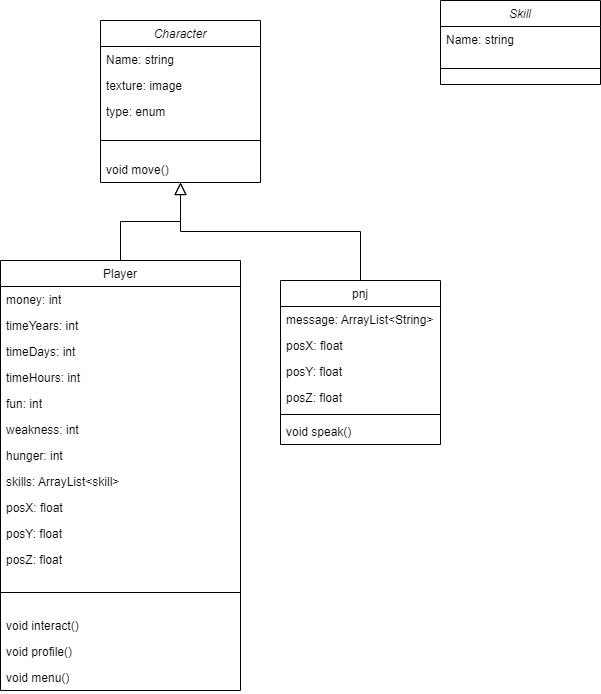
Before: graph/Character.png, a diagram exported from draw.io (DoctorPok42/Java_RPG). Source tidied: cells renumbered, new cells last; positions are measured from the earlier drawing's top-left corner, leaving out a move shared by most shapes.
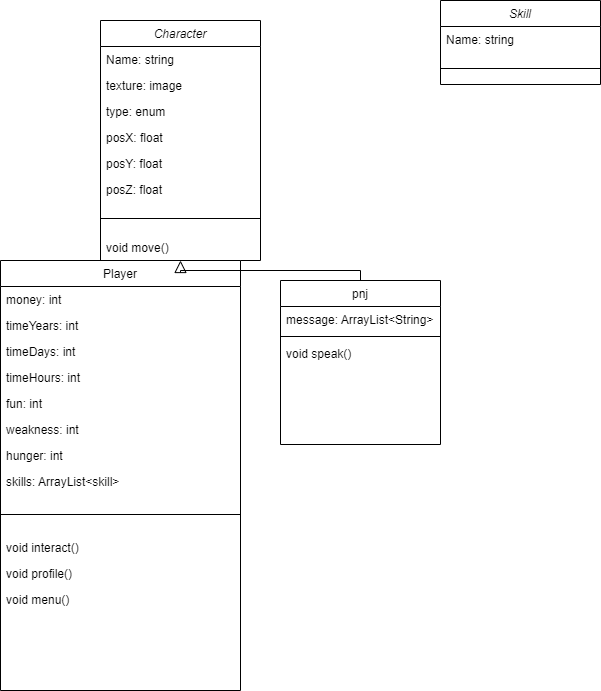
Later version of the same file.

Diff of the diagram source:
```diff
@@ -3,7 +3,7 @@
     <mxCell id="0" />
     <mxCell id="1" parent="0" />
     <mxCell id="2" value="Character" style="swimlane;fontStyle=2;align=center;verticalAlign=top;horizontal=1;startSize=26;rounded=0;shadow=0;strokeWidth=1;" parent="1" vertex="1">
-      <mxGeometry x="100" y="20" width="160" height="162" as="geometry" />
+      <mxGeometry x="100" y="20" width="160" height="240" as="geometry" />
     </mxCell>
     <mxCell id="3" value="Name: string" style="text;align=left;verticalAlign=top;spacingLeft=4;spacingRight=4;overflow=hidden;" parent="2" vertex="1">
       <mxGeometry y="26" width="160" height="26" as="geometry" />
@@ -14,11 +14,20 @@
     <mxCell id="5" value="type: enum" style="text;align=left;verticalAlign=top;spacingLeft=4;spacingRight=4;overflow=hidden;rounded=0;shadow=0;html=0;" parent="2" vertex="1">
       <mxGeometry y="78" width="160" height="26" as="geometry" />
     </mxCell>
+    <mxCell id="27" value="posX: float" style="text;align=left;verticalAlign=top;spacingLeft=4;spacingRight=4;overflow=hidden;" parent="2" vertex="1">
+      <mxGeometry y="104" width="160" height="26" as="geometry" />
+    </mxCell>
+    <mxCell id="28" value="posY: float" style="text;align=left;verticalAlign=top;spacingLeft=4;spacingRight=4;overflow=hidden;" parent="2" vertex="1">
+      <mxGeometry y="130" width="160" height="26" as="geometry" />
+    </mxCell>
+    <mxCell id="29" value="posZ: float" style="text;align=left;verticalAlign=top;spacingLeft=4;spacingRight=4;overflow=hidden;" parent="2" vertex="1">
+      <mxGeometry y="156" width="160" height="26" as="geometry" />
+    </mxCell>
     <mxCell id="6" style="line;html=1;strokeWidth=1;align=left;verticalAlign=middle;spacingTop=-1;spacingLeft=3;spacingRight=3;labelPosition=right;" parent="2" vertex="1">
-      <mxGeometry y="104" width="160" height="32" as="geometry" />
+      <mxGeometry y="182" width="160" height="32" as="geometry" />
     </mxCell>
     <mxCell id="7" value="void move()" style="text;align=left;verticalAlign=top;spacingLeft=4;spacingRight=4;overflow=hidden;" parent="2" vertex="1">
-      <mxGeometry y="136" width="160" height="26" as="geometry" />
+      <mxGeometry y="214" width="160" height="26" as="geometry" />
     </mxCell>
     <mxCell id="8" value="Player" style="swimlane;fontStyle=0;align=center;verticalAlign=top;horizontal=1;startSize=26;rounded=0;shadow=0;strokeWidth=1;" parent="1" vertex="1">
       <mxGeometry y="260" width="240" height="430" as="geometry" />
@@ -47,26 +56,17 @@
     <mxCell id="16" value="skills: ArrayList&lt;skill&gt;" style="text;align=left;verticalAlign=top;spacingLeft=4;spacingRight=4;overflow=hidden;" parent="8" vertex="1">
       <mxGeometry y="208" width="240" height="26" as="geometry" />
     </mxCell>
-    <mxCell id="17" value="posX: float" style="text;align=left;verticalAlign=top;spacingLeft=4;spacingRight=4;overflow=hidden;" parent="8" vertex="1">
-      <mxGeometry y="234" width="240" height="26" as="geometry" />
-    </mxCell>
-    <mxCell id="18" value="posY: float" style="text;align=left;verticalAlign=top;spacingLeft=4;spacingRight=4;overflow=hidden;" parent="8" vertex="1">
-      <mxGeometry y="260" width="240" height="26" as="geometry" />
-    </mxCell>
-    <mxCell id="19" value="posZ: float" style="text;align=left;verticalAlign=top;spacingLeft=4;spacingRight=4;overflow=hidden;" parent="8" vertex="1">
-      <mxGeometry y="286" width="240" height="26" as="geometry" />
-    </mxCell>
     <mxCell id="20" style="line;html=1;strokeWidth=1;align=left;verticalAlign=middle;spacingTop=-1;spacingLeft=3;spacingRight=3;labelPosition=right;" parent="8" vertex="1">
-      <mxGeometry y="312" width="240" height="40" as="geometry" />
+      <mxGeometry y="234" width="240" height="40" as="geometry" />
     </mxCell>
     <mxCell id="21" value="void interact()" style="text;align=left;verticalAlign=top;spacingLeft=4;spacingRight=4;overflow=hidden;" parent="8" vertex="1">
-      <mxGeometry y="352" width="240" height="26" as="geometry" />
+      <mxGeometry y="274" width="240" height="26" as="geometry" />
     </mxCell>
     <mxCell id="22" value="void profile()" style="text;align=left;verticalAlign=top;spacingLeft=4;spacingRight=4;overflow=hidden;" parent="8" vertex="1">
-      <mxGeometry y="378" width="240" height="26" as="geometry" />
+      <mxGeometry y="300" width="240" height="26" as="geometry" />
     </mxCell>
     <mxCell id="23" value="void menu()" style="text;align=left;verticalAlign=top;spacingLeft=4;spacingRight=4;overflow=hidden;" parent="8" vertex="1">
-      <mxGeometry y="404" width="240" height="26" as="geometry" />
+      <mxGeometry y="326" width="240" height="26" as="geometry" />
     </mxCell>
     <mxCell id="24" style="endArrow=block;endSize=10;endFill=0;shadow=0;strokeWidth=1;rounded=0;curved=0;edgeStyle=elbowEdgeStyle;elbow=vertical;" parent="1" edge="1" source="8" target="2">
       <mxGeometry relative="1" as="geometry" />
@@ -77,20 +77,11 @@
     <mxCell id="26" value="message: ArrayList&lt;String&gt;" style="text;align=left;verticalAlign=top;spacingLeft=4;spacingRight=4;overflow=hidden;" parent="25" vertex="1">
       <mxGeometry y="26" width="160" height="26" as="geometry" />
     </mxCell>
-    <mxCell id="27" value="posX: float" style="text;align=left;verticalAlign=top;spacingLeft=4;spacingRight=4;overflow=hidden;" parent="25" vertex="1">
-      <mxGeometry y="52" width="160" height="26" as="geometry" />
-    </mxCell>
-    <mxCell id="28" value="posY: float" style="text;align=left;verticalAlign=top;spacingLeft=4;spacingRight=4;overflow=hidden;" parent="25" vertex="1">
-      <mxGeometry y="78" width="160" height="26" as="geometry" />
-    </mxCell>
-    <mxCell id="29" value="posZ: float" style="text;align=left;verticalAlign=top;spacingLeft=4;spacingRight=4;overflow=hidden;" parent="25" vertex="1">
-      <mxGeometry y="104" width="160" height="26" as="geometry" />
-    </mxCell>
     <mxCell id="30" style="line;html=1;strokeWidth=1;align=left;verticalAlign=middle;spacingTop=-1;spacingLeft=3;spacingRight=3;labelPosition=right;" parent="25" vertex="1">
-      <mxGeometry y="130" width="160" height="8" as="geometry" />
+      <mxGeometry y="52" width="160" height="8" as="geometry" />
     </mxCell>
     <mxCell id="31" value="void speak()" style="text;align=left;verticalAlign=top;spacingLeft=4;spacingRight=4;overflow=hidden;" parent="25" vertex="1">
-      <mxGeometry y="138" width="160" height="26" as="geometry" />
+      <mxGeometry y="60" width="160" height="26" as="geometry" />
     </mxCell>
     <mxCell id="32" style="endArrow=block;endSize=10;endFill=0;shadow=0;strokeWidth=1;rounded=0;curved=0;edgeStyle=elbowEdgeStyle;elbow=vertical;" parent="1" edge="1" source="25" target="2">
       <mxGeometry relative="1" as="geometry" />
```
